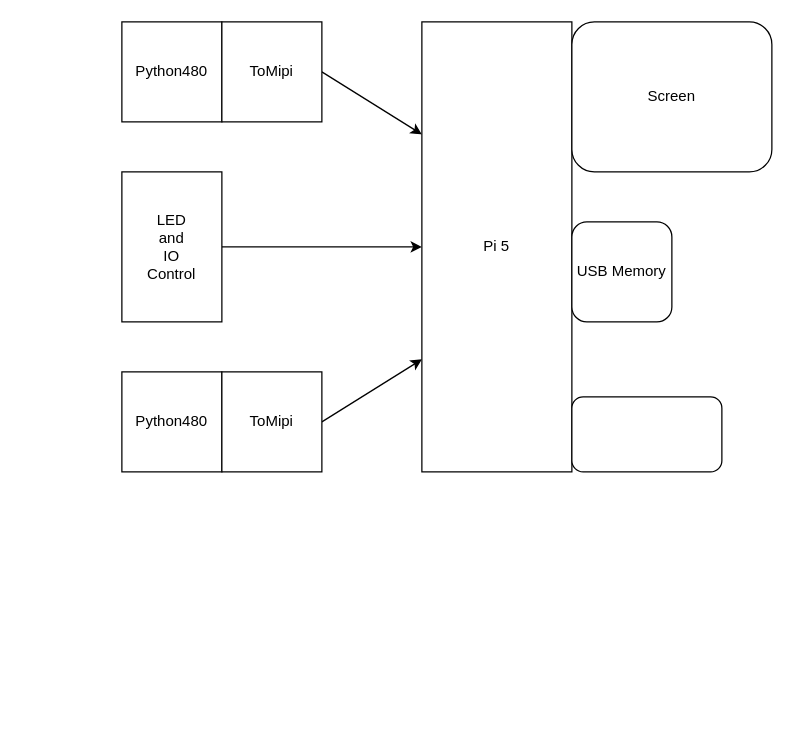
Before: docs/diagrams/2026/Fiber_Photometry05.dio in tzechienchu/mynotes, a draw.io diagram. Source tidied: cells renumbered, new cells numbered last; positions are measured from the earlier drawing's top-left corner, leaving out a move shared by most shapes. Both pictures are drawn from the tidied source at 125%, with x=0, y=0 at pixel (121, 21).
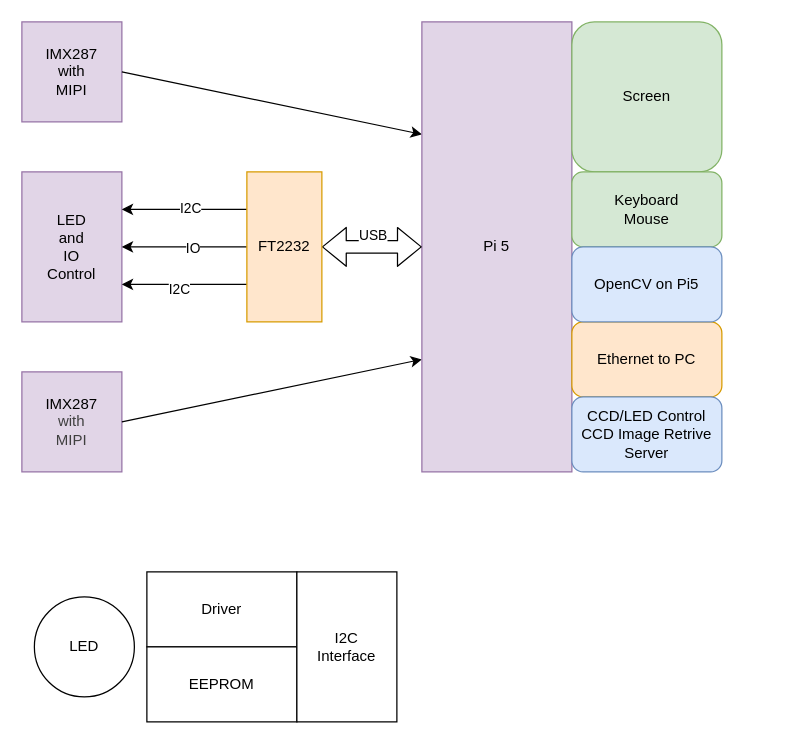
The same diagram, later.

Diff of the diagram source:
```diff
@@
-    <mxCell id="2" value="Python480" style="rounded=0;whiteSpace=wrap;html=1;" parent="1" vertex="1">
-      <mxGeometry width="80" height="80" as="geometry" />
+    <mxCell id="2" value="IMX287&lt;div&gt;with&lt;/div&gt;&lt;div&gt;MIPI&lt;/div&gt;" style="rounded=0;whiteSpace=wrap;html=1;fillColor=#e1d5e7;strokeColor=#9673a6;" parent="1" vertex="1">
+      <mxGeometry x="-80" width="80" height="80" as="geometry" />
     </mxCell>
-    <mxCell id="3" style="edgeStyle=none;html=1;exitX=1;exitY=0.5;exitDx=0;exitDy=0;entryX=0;entryY=0.25;entryDx=0;entryDy=0;" parent="1" edge="1" source="4" target="10">
+    <mxCell id="3" style="edgeStyle=none;html=1;exitX=1;exitY=0.5;exitDx=0;exitDy=0;entryX=0;entryY=0.25;entryDx=0;entryDy=0;" parent="1" edge="1" source="2" target="10">
       <mxGeometry relative="1" as="geometry" />
     </mxCell>
-    <mxCell id="4" value="ToMipi" style="rounded=0;whiteSpace=wrap;html=1;" parent="1" vertex="1">
-      <mxGeometry x="80" width="80" height="80" as="geometry" />
-    </mxCell>
-    <mxCell id="5" value="Python480" style="rounded=0;whiteSpace=wrap;html=1;" parent="1" vertex="1">
-      <mxGeometry y="280" width="80" height="80" as="geometry" />
+    <mxCell id="5" value="&lt;span style=&quot;color: rgb(0, 0, 0);&quot;&gt;IMX287&lt;/span&gt;&lt;div style=&quot;color: rgb(63, 63, 63); scrollbar-color: rgb(226, 226, 226) rgb(251, 251, 251);&quot;&gt;with&lt;/div&gt;&lt;div style=&quot;color: rgb(63, 63, 63); scrollbar-color: rgb(226, 226, 226) rgb(251, 251, 251);&quot;&gt;MIPI&lt;/div&gt;" style="rounded=0;whiteSpace=wrap;html=1;fillColor=#e1d5e7;strokeColor=#9673a6;" parent="1" vertex="1">
+      <mxGeometry x="-80" y="280" width="80" height="80" as="geometry" />
     </mxCell>
-    <mxCell id="6" style="edgeStyle=none;html=1;exitX=1;exitY=0.5;exitDx=0;exitDy=0;entryX=0;entryY=0.75;entryDx=0;entryDy=0;" parent="1" edge="1" source="7" target="10">
+    <mxCell id="6" style="edgeStyle=none;html=1;exitX=1;exitY=0.5;exitDx=0;exitDy=0;entryX=0;entryY=0.75;entryDx=0;entryDy=0;" parent="1" edge="1" source="5" target="10">
       <mxGeometry relative="1" as="geometry" />
     </mxCell>
-    <mxCell id="7" value="ToMipi" style="rounded=0;whiteSpace=wrap;html=1;" parent="1" vertex="1">
-      <mxGeometry x="80" y="280" width="80" height="80" as="geometry" />
-    </mxCell>
-    <mxCell id="8" style="edgeStyle=none;html=1;exitX=1;exitY=0.5;exitDx=0;exitDy=0;" parent="1" edge="1" source="9" target="10">
-      <mxGeometry relative="1" as="geometry" />
-    </mxCell>
-    <mxCell id="9" value="LED&lt;div&gt;and&lt;/div&gt;&lt;div&gt;IO&lt;/div&gt;&lt;div&gt;Control&lt;/div&gt;" style="rounded=0;whiteSpace=wrap;html=1;" parent="1" vertex="1">
-      <mxGeometry y="120" width="80" height="120" as="geometry" />
+    <mxCell id="9" value="LED&lt;div&gt;and&lt;/div&gt;&lt;div&gt;IO&lt;/div&gt;&lt;div&gt;Control&lt;/div&gt;" style="rounded=0;whiteSpace=wrap;html=1;fillColor=#e1d5e7;strokeColor=#9673a6;" parent="1" vertex="1">
+      <mxGeometry x="-80" y="120" width="80" height="120" as="geometry" />
     </mxCell>
-    <mxCell id="10" value="Pi 5" style="rounded=0;whiteSpace=wrap;html=1;" parent="1" vertex="1">
+    <mxCell id="10" value="Pi 5" style="rounded=0;whiteSpace=wrap;html=1;fillColor=#e1d5e7;strokeColor=#9673a6;" parent="1" vertex="1">
       <mxGeometry x="240" width="120" height="360" as="geometry" />
     </mxCell>
-    <mxCell id="11" value="Screen" style="rounded=1;whiteSpace=wrap;html=1;" parent="1" vertex="1">
-      <mxGeometry x="360" width="160" height="120" as="geometry" />
+    <mxCell id="11" value="Screen" style="rounded=1;whiteSpace=wrap;html=1;fillColor=#d5e8d4;strokeColor=#82b366;" parent="1" vertex="1">
+      <mxGeometry x="360" width="120" height="120" as="geometry" />
     </mxCell>
-    <mxCell id="12" value="USB Memory" style="rounded=1;whiteSpace=wrap;html=1;" parent="1" vertex="1">
-      <mxGeometry x="360" y="160" width="80" height="80" as="geometry" />
-    </mxCell>
-    <mxCell id="13" style="rounded=1;whiteSpace=wrap;html=1;" parent="1" vertex="1">
-      <mxGeometry x="360" y="300" width="120" height="60" as="geometry" />
+    <mxCell id="13" value="Keyboard&lt;div&gt;Mouse&lt;/div&gt;" style="rounded=1;whiteSpace=wrap;html=1;fillColor=#d5e8d4;strokeColor=#82b366;" parent="1" vertex="1">
+      <mxGeometry x="360" y="120" width="120" height="60" as="geometry" />
     </mxCell>
+    <mxCell id="14" style="edgeStyle=none;html=1;exitX=1;exitY=0.5;exitDx=0;exitDy=0;entryX=0;entryY=0.5;entryDx=0;entryDy=0;shape=flexArrow;startArrow=block;" parent="1" edge="1" source="22" target="10">
+      <mxGeometry relative="1" as="geometry" />
+    </mxCell>
+    <mxCell id="15" value="USB" style="edgeLabel;html=1;align=center;verticalAlign=middle;" parent="14" vertex="1">
+      <mxGeometry x="0.22" y="-3" relative="1" as="geometry">
+        <mxPoint x="-9" y="-13" as="offset" />
+      </mxGeometry>
+    </mxCell>
+    <mxCell id="16" style="edgeStyle=none;html=1;exitX=0;exitY=0.25;exitDx=0;exitDy=0;entryX=1;entryY=0.25;entryDx=0;entryDy=0;" parent="1" edge="1" source="22" target="9">
+      <mxGeometry relative="1" as="geometry" />
+    </mxCell>
+    <mxCell id="17" value="I2C" style="edgeLabel;html=1;align=center;verticalAlign=middle;" parent="16" vertex="1">
+      <mxGeometry x="-0.08" y="-2" relative="1" as="geometry" />
+    </mxCell>
+    <mxCell id="18" style="edgeStyle=none;html=1;exitX=0;exitY=0.75;exitDx=0;exitDy=0;entryX=1;entryY=0.75;entryDx=0;entryDy=0;" parent="1" edge="1" source="22" target="9">
+      <mxGeometry relative="1" as="geometry" />
+    </mxCell>
+    <mxCell id="19" value="I2C" style="edgeLabel;html=1;align=center;verticalAlign=middle;" parent="18" vertex="1">
+      <mxGeometry x="0.1" y="3" relative="1" as="geometry" />
+    </mxCell>
+    <mxCell id="20" style="edgeStyle=none;html=1;exitX=0;exitY=0.5;exitDx=0;exitDy=0;entryX=1;entryY=0.5;entryDx=0;entryDy=0;" parent="1" edge="1" source="22" target="9">
+      <mxGeometry relative="1" as="geometry" />
+    </mxCell>
+    <mxCell id="21" value="IO" style="edgeLabel;html=1;align=center;verticalAlign=middle;" parent="20" vertex="1">
+      <mxGeometry x="-0.12" relative="1" as="geometry" />
+    </mxCell>
+    <mxCell id="22" value="FT2232" style="rounded=0;whiteSpace=wrap;html=1;fillColor=#ffe6cc;strokeColor=#d79b00;" parent="1" vertex="1">
+      <mxGeometry x="100" y="120" width="60" height="120" as="geometry" />
+    </mxCell>
+    <mxCell id="23" value="Ethernet to PC" style="rounded=1;whiteSpace=wrap;html=1;fillColor=#ffe6cc;strokeColor=#d79b00;" parent="1" vertex="1">
+      <mxGeometry x="360" y="240" width="120" height="60" as="geometry" />
+    </mxCell>
+    <mxCell id="24" value="LED" style="ellipse;whiteSpace=wrap;html=1;" parent="1" vertex="1">
+      <mxGeometry x="-70" y="460" width="80" height="80" as="geometry" />
+    </mxCell>
+    <mxCell id="25" value="Driver" style="rounded=0;whiteSpace=wrap;html=1;" parent="1" vertex="1">
+      <mxGeometry x="20" y="440" width="120" height="60" as="geometry" />
+    </mxCell>
+    <mxCell id="26" value="EEPROM" style="rounded=0;whiteSpace=wrap;html=1;" parent="1" vertex="1">
+      <mxGeometry x="20" y="500" width="120" height="60" as="geometry" />
+    </mxCell>
+    <mxCell id="27" value="I2C&lt;div&gt;Interface&lt;/div&gt;" style="rounded=0;whiteSpace=wrap;html=1;" parent="1" vertex="1">
+      <mxGeometry x="140" y="440" width="80" height="120" as="geometry" />
+    </mxCell>
+    <mxCell id="28" value="OpenCV on Pi5" style="rounded=1;whiteSpace=wrap;html=1;fillColor=#dae8fc;strokeColor=#6c8ebf;" parent="1" vertex="1">
+      <mxGeometry x="360" y="180" width="120" height="60" as="geometry" />
+    </mxCell>
+    <mxCell id="29" value="CCD/LED Control&lt;div&gt;CCD Image Retrive&lt;/div&gt;&lt;div&gt;Server&lt;/div&gt;" style="rounded=1;whiteSpace=wrap;html=1;fillColor=#dae8fc;strokeColor=#6c8ebf;" parent="1" vertex="1">
+      <mxGeometry x="360" y="300" width="120" height="60" as="geometry" />
+    </mxCell>
```
